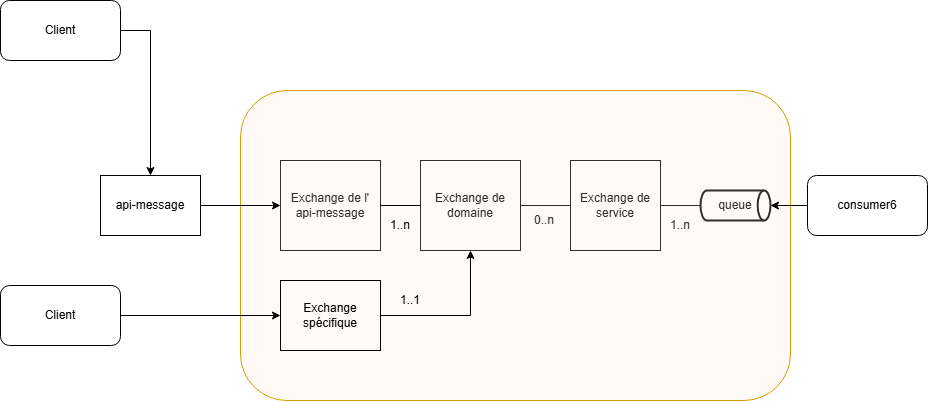
Before: drawio/diagramme AR2.drawio.png, a diagram exported from draw.io (sarraz1/csau). Source tidied: cells renumbered, new cells last; positions are measured from the earlier drawing's top-left corner, leaving out a move shared by most shapes.
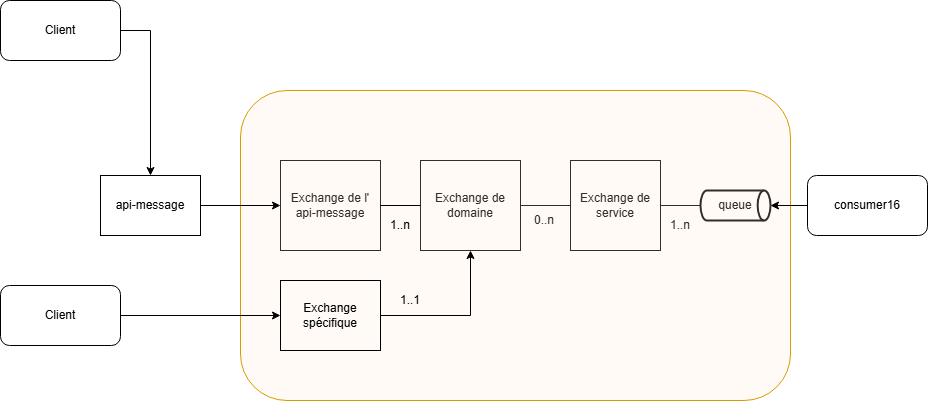
After the commit.

Commit message:
Mettre à jour diagramme AR2.drawio10.png

Diff of the diagram source:
```diff
@@ -65,7 +65,7 @@
     <mxCell id="22" value="1..1" style="text;html=1;align=center;verticalAlign=middle;whiteSpace=wrap;rounded=0;" parent="1" vertex="1">
       <mxGeometry x="380" y="285" width="60" height="30" as="geometry" />
     </mxCell>
-    <mxCell id="23" value="consumer6" style="rounded=1;whiteSpace=wrap;html=1;" parent="1" vertex="1">
+    <mxCell id="23" value="consumer16" style="rounded=1;whiteSpace=wrap;html=1;" parent="1" vertex="1">
       <mxGeometry x="807" y="175" width="120" height="60" as="geometry" />
     </mxCell>
     <mxCell id="24" style="edgeStyle=orthogonalEdgeStyle;rounded=0;jettySize=auto;html=1;entryX=1;entryY=0.5;entryDx=0;entryDy=0;entryPerimeter=0;" parent="1" edge="1" source="23" target="7">
```
